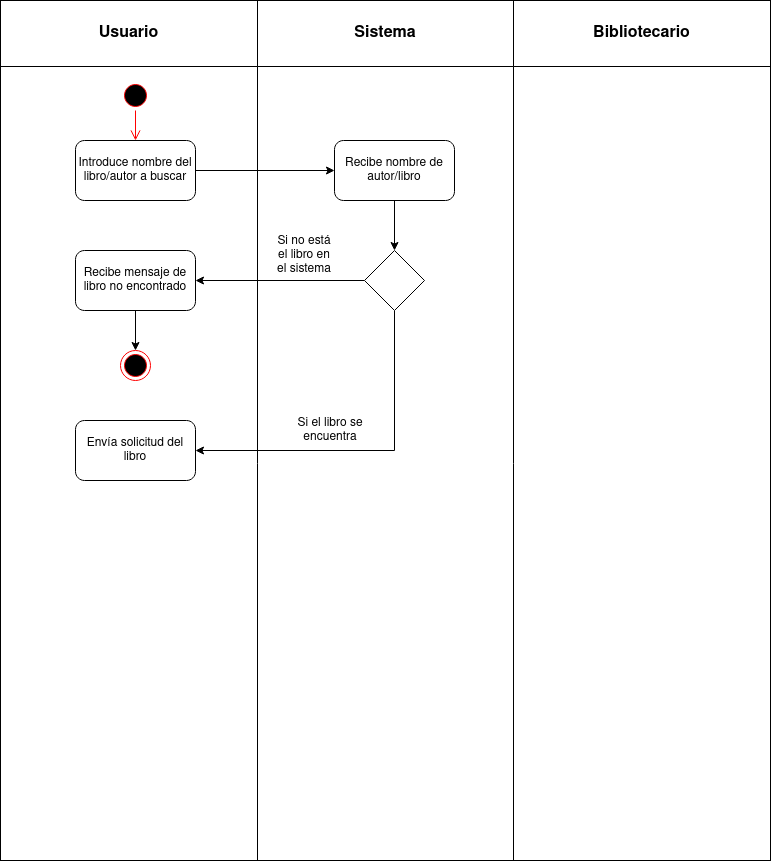
This is diagramas_actividades/gestion_biblioteca/Diagrama-actividades-gestion-biblioteca.drawio.png from JesusLugo2002/ETS, a draw.io export, as it was before one commit. Source tidied: cells renumbered, new cells last; positions are measured from the earlier drawing's top-left corner, leaving out a move shared by most shapes.
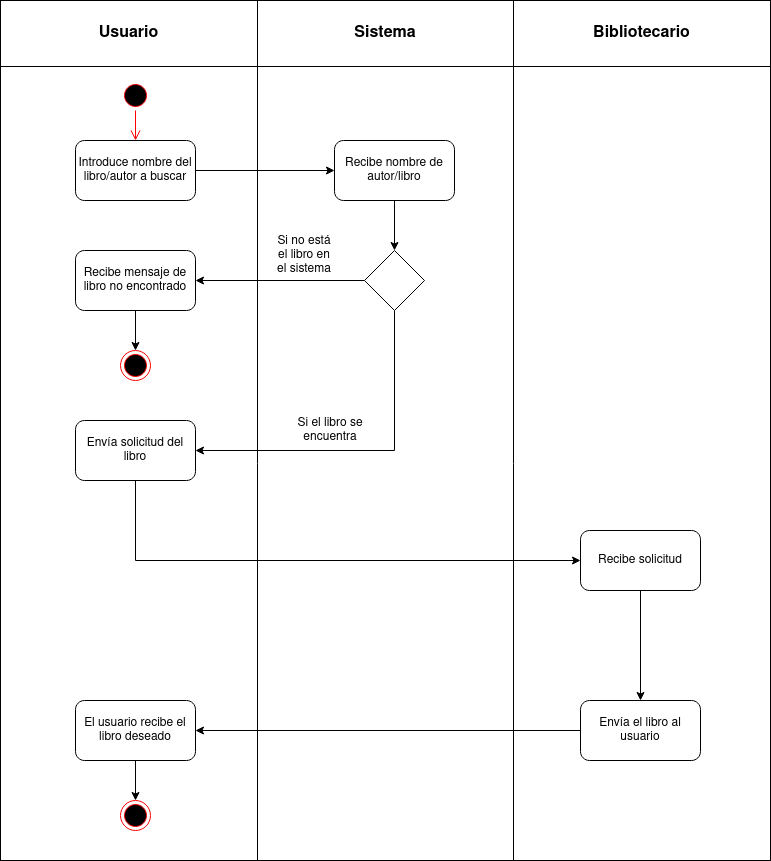
The same file after the commit.

Change to the diagram source:
```diff
@@ -72,11 +72,39 @@
     <mxCell id="23" style="ellipse;html=1;shape=endState;fillColor=#000000;strokeColor=#ff0000;" parent="1" vertex="1">
       <mxGeometry x="120" y="350" width="30" height="30" as="geometry" />
     </mxCell>
+    <mxCell id="26" style="edgeStyle=orthogonalEdgeStyle;rounded=0;jettySize=auto;html=1;entryX=0;entryY=0.5;entryDx=0;entryDy=0;" parent="1" edge="1" source="24" target="28">
+      <mxGeometry relative="1" as="geometry">
+        <Array as="points">
+          <mxPoint x="135" y="560" />
+        </Array>
+      </mxGeometry>
+    </mxCell>
     <mxCell id="24" value="Envía solicitud del libro" style="rounded=1;whiteSpace=wrap;html=1;" parent="1" vertex="1">
       <mxGeometry x="75" y="420" width="120" height="60" as="geometry" />
     </mxCell>
     <mxCell id="25" value="Si el libro se encuentra" style="text;html=1;align=center;verticalAlign=middle;whiteSpace=wrap;rounded=0;" parent="1" vertex="1">
       <mxGeometry x="290" y="415" width="80" height="30" as="geometry" />
     </mxCell>
+    <mxCell id="27" style="edgeStyle=orthogonalEdgeStyle;rounded=0;jettySize=auto;html=1;entryX=0.5;entryY=0;entryDx=0;entryDy=0;" parent="1" edge="1" source="28" target="32">
+      <mxGeometry relative="1" as="geometry" />
+    </mxCell>
+    <mxCell id="28" value="Recibe solicitud" style="rounded=1;whiteSpace=wrap;html=1;" parent="1" vertex="1">
+      <mxGeometry x="580" y="530" width="120" height="60" as="geometry" />
+    </mxCell>
+    <mxCell id="29" style="edgeStyle=orthogonalEdgeStyle;rounded=0;jettySize=auto;html=1;entryX=0.5;entryY=0;entryDx=0;entryDy=0;" parent="1" edge="1" source="30" target="33">
+      <mxGeometry relative="1" as="geometry" />
+    </mxCell>
+    <mxCell id="30" value="El usuario recibe el libro deseado" style="rounded=1;whiteSpace=wrap;html=1;" parent="1" vertex="1">
+      <mxGeometry x="75" y="700" width="120" height="60" as="geometry" />
+    </mxCell>
+    <mxCell id="31" style="edgeStyle=orthogonalEdgeStyle;rounded=0;jettySize=auto;html=1;entryX=1;entryY=0.5;entryDx=0;entryDy=0;" parent="1" edge="1" source="32" target="30">
+      <mxGeometry relative="1" as="geometry" />
+    </mxCell>
+    <mxCell id="32" value="Envía el libro al usuario" style="rounded=1;whiteSpace=wrap;html=1;" parent="1" vertex="1">
+      <mxGeometry x="580" y="700" width="120" height="60" as="geometry" />
+    </mxCell>
+    <mxCell id="33" style="ellipse;html=1;shape=endState;fillColor=#000000;strokeColor=#ff0000;" parent="1" vertex="1">
+      <mxGeometry x="120" y="800" width="30" height="30" as="geometry" />
+    </mxCell>
   </root>
 </mxGraphModel>
```
